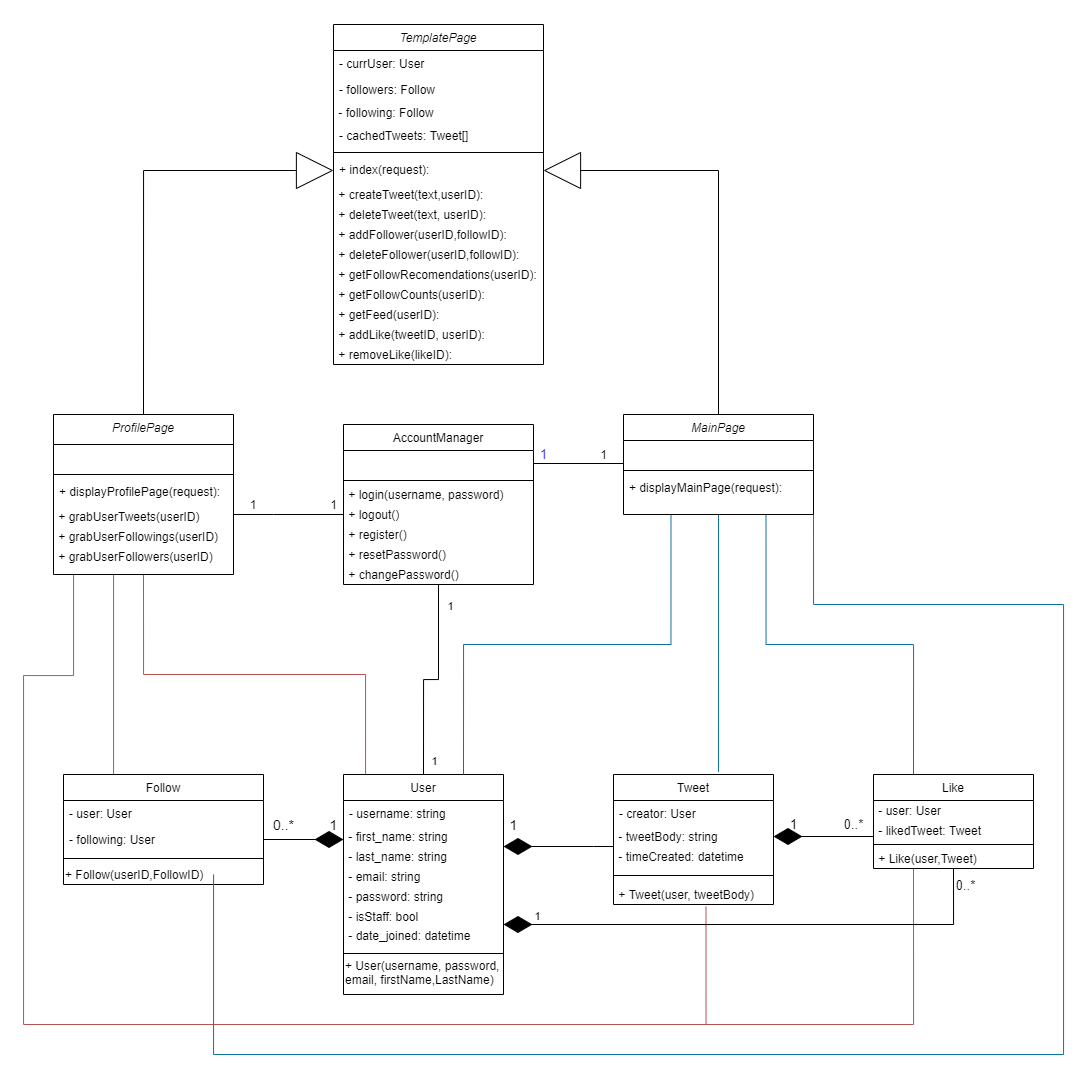
Intro-to-SE-Spring-21/Group-8 keeps this draw.io diagram as images/ClassDiagram-corefeatures.png. Above is the earlier version. Source tidied: cells renumbered, new cells last; positions are measured from the earlier drawing's top-left corner, leaving out a move shared by most shapes.
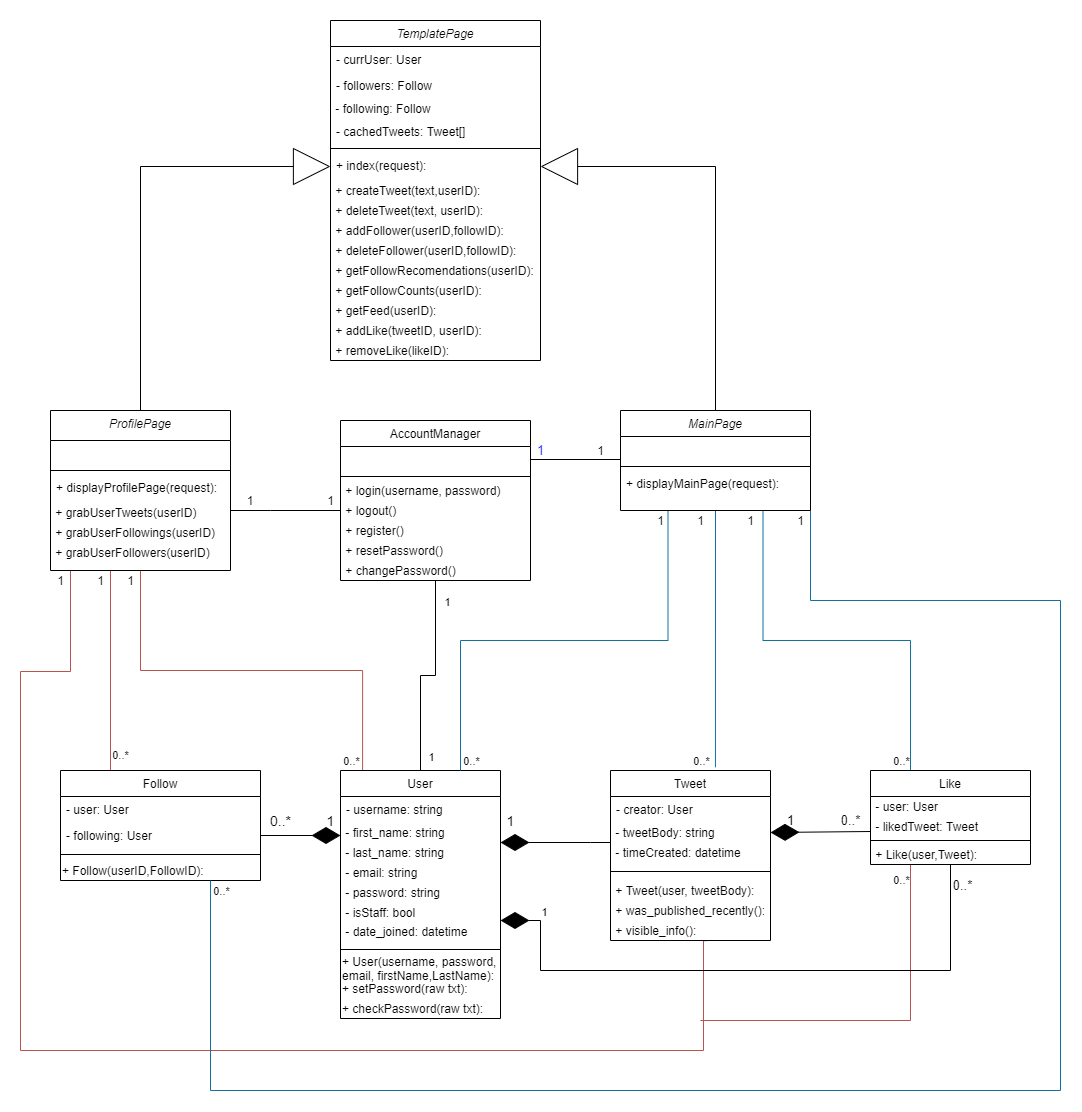
Later version of the same file.

What changed in the source:
```diff
@@ -13,6 +13,9 @@
         </Array>
       </mxGeometry>
     </mxCell>
+    <mxCell id="93" value="0..*" style="edgeLabel;html=1;align=center;verticalAlign=middle;" parent="3" vertex="1">
+      <mxGeometry x="0.69" y="9" relative="1" as="geometry" />
+    </mxCell>
     <mxCell id="4" style="edgeStyle=orthogonalEdgeStyle;rounded=0;jettySize=auto;html=1;exitX=0.5;exitY=1;exitDx=0;exitDy=0;entryX=0.138;entryY=0.012;entryDx=0;entryDy=0;entryPerimeter=0;endArrow=none;endFill=0;endSize=35;fontSize=13;fontColor=#3333FF;fillColor=#f8cecc;strokeColor=#b85450;" parent="1" edge="1" source="6" target="18">
       <mxGeometry relative="1" as="geometry">
         <Array as="points">
@@ -21,13 +24,14 @@
         </Array>
       </mxGeometry>
     </mxCell>
-    <mxCell id="5" style="edgeStyle=orthogonalEdgeStyle;rounded=0;jettySize=auto;html=1;endArrow=none;endFill=0;endSize=35;fontSize=13;fillColor=#f8cecc;strokeColor=#b85450;entryX=0.578;entryY=1.11;entryDx=0;entryDy=0;entryPerimeter=0;" parent="1" edge="1" source="6" target="33">
+    <mxCell id="5" style="edgeStyle=orthogonalEdgeStyle;rounded=0;jettySize=auto;html=1;endArrow=none;endFill=0;endSize=35;fontSize=13;fillColor=#f8cecc;strokeColor=#b85450;entryX=0.6;entryY=1.01;entryDx=0;entryDy=0;entryPerimeter=0;" parent="1" edge="1" source="6" target="97">
       <mxGeometry relative="1" as="geometry">
         <Array as="points">
           <mxPoint x="50" y="651" />
           <mxPoint y="651" />
-          <mxPoint y="1000" />
-          <mxPoint x="683" y="1000" />
+          <mxPoint y="1030" />
+          <mxPoint x="683" y="1030" />
+          <mxPoint x="683" y="920" />
         </Array>
       </mxGeometry>
     </mxCell>
@@ -64,11 +68,11 @@
     <mxCell id="16" style="line;html=1;strokeWidth=1;align=left;verticalAlign=middle;spacingTop=-1;spacingLeft=3;spacingRight=3;labelPosition=right;" parent="13" vertex="1">
       <mxGeometry y="78" width="200" height="12" as="geometry" />
     </mxCell>
-    <mxCell id="17" value="+ Follow(userID,FollowID)" style="text;html=1;strokeColor=none;fillColor=none;align=left;verticalAlign=middle;whiteSpace=wrap;rounded=0;fontSize=12;" parent="13" vertex="1">
+    <mxCell id="17" value="+ Follow(userID,FollowID):" style="text;html=1;strokeColor=none;fillColor=none;align=left;verticalAlign=middle;whiteSpace=wrap;rounded=0;fontSize=12;" parent="13" vertex="1">
       <mxGeometry y="90" width="200" height="20" as="geometry" />
     </mxCell>
     <mxCell id="18" value="User" style="swimlane;fontStyle=0;align=center;verticalAlign=top;horizontal=1;startSize=26;rounded=0;shadow=0;strokeWidth=1;" parent="1" vertex="1">
-      <mxGeometry x="320" y="750" width="160" height="220" as="geometry" />
+      <mxGeometry x="320" y="750" width="160" height="248" as="geometry" />
     </mxCell>
     <mxCell id="19" value="- username: string" style="text;align=left;verticalAlign=top;spacingLeft=4;spacingRight=4;overflow=hidden;" parent="18" vertex="1">
       <mxGeometry y="26" width="160" height="26" as="geometry" />
@@ -94,11 +98,17 @@
     <mxCell id="26" style="line;html=1;strokeWidth=1;align=left;verticalAlign=middle;spacingTop=-1;spacingLeft=3;spacingRight=3;labelPosition=right;" parent="18" vertex="1">
       <mxGeometry y="170" width="160" height="18" as="geometry" />
     </mxCell>
-    <mxCell id="27" value="&lt;font style=&quot;font-size: 12px&quot;&gt;+ User(username, password, email, firstName,LastName)&lt;/font&gt;" style="text;html=1;strokeColor=none;fillColor=none;align=left;verticalAlign=middle;whiteSpace=wrap;rounded=0;fontSize=12;" parent="18" vertex="1">
+    <mxCell id="27" value="&lt;font style=&quot;font-size: 12px&quot;&gt;+ User(username, password, email, firstName,LastName):&lt;/font&gt;" style="text;html=1;strokeColor=none;fillColor=none;align=left;verticalAlign=middle;whiteSpace=wrap;rounded=0;fontSize=12;" parent="18" vertex="1">
       <mxGeometry y="188" width="160" height="20" as="geometry" />
     </mxCell>
+    <mxCell id="94" value="+ setPassword(raw txt):" style="text;html=1;strokeColor=none;fillColor=none;align=left;verticalAlign=middle;whiteSpace=wrap;rounded=0;" parent="18" vertex="1">
+      <mxGeometry y="208" width="160" height="20" as="geometry" />
+    </mxCell>
+    <mxCell id="95" value="+ checkPassword(raw txt):" style="text;html=1;strokeColor=none;fillColor=none;align=left;verticalAlign=middle;whiteSpace=wrap;rounded=0;" parent="18" vertex="1">
+      <mxGeometry y="228" width="160" height="20" as="geometry" />
+    </mxCell>
     <mxCell id="28" value="Tweet" style="swimlane;fontStyle=0;align=center;verticalAlign=top;horizontal=1;startSize=26;rounded=0;shadow=0;strokeWidth=1;" parent="1" vertex="1">
-      <mxGeometry x="590" y="750" width="160" height="130" as="geometry" />
+      <mxGeometry x="590" y="750" width="160" height="170" as="geometry" />
     </mxCell>
     <mxCell id="29" value="- creator: User" style="text;align=left;verticalAlign=top;spacingLeft=4;spacingRight=4;overflow=hidden;" parent="28" vertex="1">
       <mxGeometry y="26" width="160" height="26" as="geometry" />
@@ -112,9 +122,15 @@
     <mxCell id="32" style="line;html=1;strokeWidth=1;align=left;verticalAlign=middle;spacingTop=-1;spacingLeft=3;spacingRight=3;labelPosition=right;" parent="28" vertex="1">
       <mxGeometry y="92" width="160" height="18" as="geometry" />
     </mxCell>
-    <mxCell id="33" value="&amp;nbsp;+ Tweet(user, tweetBody)" style="text;html=1;strokeColor=none;fillColor=none;align=left;verticalAlign=middle;whiteSpace=wrap;rounded=0;fontSize=12;fontColor=#000000;" parent="28" vertex="1">
+    <mxCell id="33" value="&amp;nbsp;+ Tweet(user, tweetBody):" style="text;html=1;strokeColor=none;fillColor=none;align=left;verticalAlign=middle;whiteSpace=wrap;rounded=0;fontSize=12;fontColor=#000000;" parent="28" vertex="1">
       <mxGeometry y="110" width="160" height="20" as="geometry" />
     </mxCell>
+    <mxCell id="96" value="&amp;nbsp;+ was_published_recently():" style="text;html=1;strokeColor=none;fillColor=none;align=left;verticalAlign=middle;whiteSpace=wrap;rounded=0;" parent="28" vertex="1">
+      <mxGeometry y="130" width="160" height="20" as="geometry" />
+    </mxCell>
+    <mxCell id="97" value="&amp;nbsp;+ visible_info():" style="text;html=1;strokeColor=none;fillColor=none;align=left;verticalAlign=middle;whiteSpace=wrap;rounded=0;" parent="28" vertex="1">
+      <mxGeometry y="150" width="160" height="20" as="geometry" />
+    </mxCell>
     <mxCell id="34" value="AccountManager" style="swimlane;fontStyle=0;align=center;verticalAlign=top;horizontal=1;startSize=26;rounded=0;shadow=0;strokeWidth=1;" parent="1" vertex="1">
       <mxGeometry x="320" y="400" width="190" height="160" as="geometry" />
     </mxCell>
@@ -150,13 +166,12 @@
     </mxCell>
     <mxCell id="45" style="edgeStyle=orthogonalEdgeStyle;rounded=0;jettySize=auto;html=1;exitX=1;exitY=1;exitDx=0;exitDy=0;endArrow=none;endFill=0;endSize=35;fontSize=13;fillColor=#b1ddf0;strokeColor=#10739e;" parent="1" edge="1" source="47">
       <mxGeometry relative="1" as="geometry">
-        <mxPoint x="190" y="850" as="targetPoint" />
+        <mxPoint x="190" y="860" as="targetPoint" />
         <Array as="points">
           <mxPoint x="790" y="580" />
           <mxPoint x="1040" y="580" />
-          <mxPoint x="1040" y="1030" />
-          <mxPoint x="190" y="1030" />
-          <mxPoint x="190" y="850" />
+          <mxPoint x="1040" y="1070" />
+          <mxPoint x="190" y="1070" />
         </Array>
       </mxGeometry>
     </mxCell>
@@ -244,7 +259,7 @@
     <mxCell id="71" style="line;html=1;strokeWidth=1;align=left;verticalAlign=middle;spacingTop=-1;spacingLeft=3;spacingRight=3;labelPosition=right;" parent="68" vertex="1">
       <mxGeometry y="66" width="160" height="8" as="geometry" />
     </mxCell>
-    <mxCell id="72" value="&amp;nbsp;+ Like(user,Tweet)" style="text;html=1;strokeColor=none;fillColor=none;align=left;verticalAlign=middle;whiteSpace=wrap;rounded=0;fontSize=12;fontColor=#000000;" parent="68" vertex="1">
+    <mxCell id="72" value="&amp;nbsp;+ Like(user,Tweet):" style="text;html=1;strokeColor=none;fillColor=none;align=left;verticalAlign=middle;whiteSpace=wrap;rounded=0;fontSize=12;fontColor=#000000;" parent="68" vertex="1">
       <mxGeometry y="74" width="160" height="20" as="geometry" />
     </mxCell>
     <mxCell id="73" style="edgeStyle=orthogonalEdgeStyle;rounded=0;jettySize=auto;html=1;endArrow=none;endFill=0;endSize=35;" parent="1" edge="1" source="10">
@@ -297,13 +312,16 @@
       <mxGeometry relative="1" as="geometry">
         <mxPoint x="480" y="900" as="sourcePoint" />
         <Array as="points">
-          <mxPoint x="480" y="900" />
-          <mxPoint x="930" y="900" />
+          <mxPoint x="520" y="900" />
+          <mxPoint x="520" y="950" />
+          <mxPoint x="930" y="950" />
         </Array>
       </mxGeometry>
     </mxCell>
     <mxCell id="84" value="1" style="edgeLabel;html=1;align=center;verticalAlign=middle;" parent="83" vertex="1">
-      <mxGeometry x="-0.87" y="9" relative="1" as="geometry" />
+      <mxGeometry x="-0.87" y="9" relative="1" as="geometry">
+        <mxPoint x="4" as="offset" />
+      </mxGeometry>
     </mxCell>
     <mxCell id="85" value="0..*" style="edgeLabel;html=1;align=center;verticalAlign=middle;fontSize=13;" parent="83" vertex="1">
       <mxGeometry x="0.93" y="-11" relative="1" as="geometry" />
@@ -335,5 +353,46 @@
         </Array>
       </mxGeometry>
     </mxCell>
+    <mxCell id="98" value="1" style="text;html=1;align=center;verticalAlign=middle;" parent="1" vertex="1">
+      <mxGeometry x="30" y="550" width="20" height="20" as="geometry" />
+    </mxCell>
+    <mxCell id="99" value="1" style="text;html=1;align=center;verticalAlign=middle;" parent="1" vertex="1">
+      <mxGeometry x="70" y="550" width="20" height="20" as="geometry" />
+    </mxCell>
+    <mxCell id="100" value="1" style="text;html=1;align=center;verticalAlign=middle;" parent="1" vertex="1">
+      <mxGeometry x="100" y="550" width="20" height="20" as="geometry" />
+    </mxCell>
+    <mxCell id="101" value="1" style="text;html=1;align=center;verticalAlign=middle;" parent="1" vertex="1">
+      <mxGeometry x="630" y="490" width="20" height="20" as="geometry" />
+    </mxCell>
+    <mxCell id="102" value="1" style="text;html=1;align=center;verticalAlign=middle;" parent="1" vertex="1">
+      <mxGeometry x="670" y="490" width="20" height="20" as="geometry" />
+    </mxCell>
+    <mxCell id="103" value="1" style="text;html=1;align=center;verticalAlign=middle;" parent="1" vertex="1">
+      <mxGeometry x="720" y="490" width="20" height="20" as="geometry" />
+    </mxCell>
+    <mxCell id="104" value="0..*" style="edgeLabel;html=1;align=center;verticalAlign=middle;" parent="1" vertex="1">
+      <mxGeometry x="330" y="740" as="geometry" />
+    </mxCell>
+    <mxCell id="105" value="0..*" style="edgeLabel;html=1;align=center;verticalAlign=middle;" parent="1" vertex="1">
+      <mxGeometry x="200" y="870" as="geometry" />
+    </mxCell>
+    <mxCell id="106" value="0..*" style="edgeLabel;html=1;align=center;verticalAlign=middle;" parent="1" vertex="1">
+      <mxGeometry x="860" y="850" as="geometry">
+        <mxPoint x="20" y="9" as="offset" />
+      </mxGeometry>
+    </mxCell>
+    <mxCell id="107" value="1" style="text;html=1;align=center;verticalAlign=middle;" parent="1" vertex="1">
+      <mxGeometry x="770" y="490" width="20" height="20" as="geometry" />
+    </mxCell>
+    <mxCell id="108" value="0..*" style="edgeLabel;html=1;align=center;verticalAlign=middle;" parent="1" vertex="1">
+      <mxGeometry x="450" y="740" as="geometry" />
+    </mxCell>
+    <mxCell id="109" value="0..*" style="edgeLabel;html=1;align=center;verticalAlign=middle;" parent="1" vertex="1">
+      <mxGeometry x="680" y="740" as="geometry" />
+    </mxCell>
+    <mxCell id="110" value="0..*" style="edgeLabel;html=1;align=center;verticalAlign=middle;" parent="1" vertex="1">
+      <mxGeometry x="880" y="740" as="geometry" />
+    </mxCell>
   </root>
 </mxGraphModel>
```
